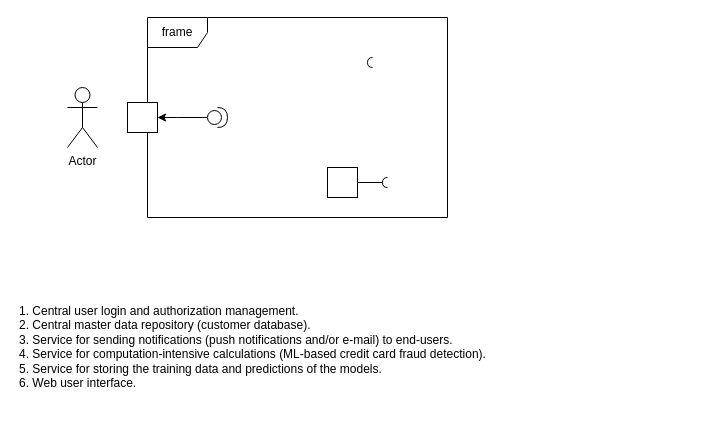
Before: gifs/Untitled Diagram.drawio in midani-47/midani-47, a draw.io diagram. Source tidied: cells renumbered, new cells numbered last; positions are measured from the earlier drawing's top-left corner, leaving out a move shared by most shapes. Both pictures are drawn from the tidied source at 100%, with x=0, y=0 at pixel (17, 17).
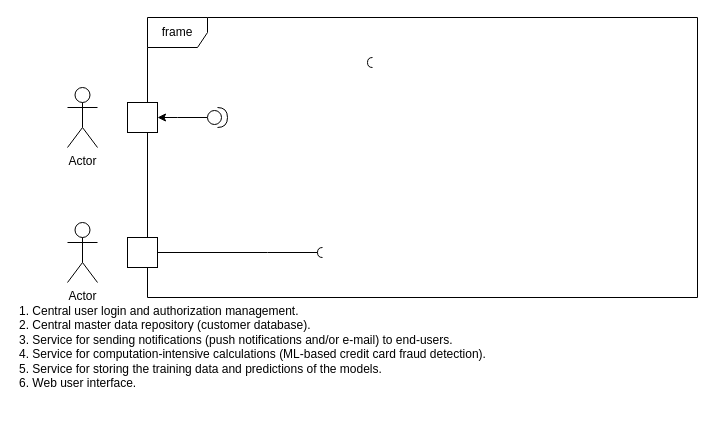
After the change.

The edit, as a diff of the source:
```diff
@@
 <mxGraphModel>
   <root>
     <mxCell id="0" />
     <mxCell id="1" parent="0" />
     <mxCell id="2" value="Actor" style="shape=umlActor;verticalLabelPosition=bottom;verticalAlign=top;html=1;" parent="1" vertex="1">
       <mxGeometry x="50" y="70" width="30" height="60" as="geometry" />
     </mxCell>
     <mxCell id="3" value="1. Central user login and authorization management.&#10;2. Central master data repository (customer database).&#10;3. Service for sending notifications (push notifications and/or e-mail) to end-users.&#10;4. Service for computation-intensive calculations (ML-based credit card fraud detection).&#10;5. Service for storing the training data and predictions of the models.&#10;6. Web user interface." style="text;whiteSpace=wrap;html=1;" parent="1" vertex="1">
       <mxGeometry y="280" width="500" height="110" as="geometry" />
     </mxCell>
     <mxCell id="4" style="edgeStyle=orthogonalEdgeStyle;rounded=0;jettySize=auto;html=1;" parent="1" edge="1" source="5" target="10">
       <mxGeometry relative="1" as="geometry">
         <Array as="points">
           <mxPoint x="160" y="100" />
           <mxPoint x="160" y="100" />
         </Array>
       </mxGeometry>
     </mxCell>
     <mxCell id="5" style="shape=providedRequiredInterface;html=1;verticalLabelPosition=bottom;sketch=0;" parent="1" vertex="1">
       <mxGeometry x="190" y="90" width="20" height="20" as="geometry" />
     </mxCell>
     <mxCell id="6" value="frame" style="shape=umlFrame;whiteSpace=wrap;html=1;" parent="1" vertex="1">
-      <mxGeometry x="130" width="300" height="200" as="geometry" />
+      <mxGeometry x="130" width="550" height="280" as="geometry" />
     </mxCell>
     <mxCell id="7" style="html=1;rounded=0;" parent="1" vertex="1">
-      <mxGeometry x="310" y="150" width="30" height="30" as="geometry" />
+      <mxGeometry x="110" y="220" width="30" height="30" as="geometry" />
     </mxCell>
     <mxCell id="8" style="endArrow=none;html=1;rounded=0;align=center;verticalAlign=top;endFill=0;labelBackgroundColor=none;endSize=2;" parent="1" edge="1" source="7" target="9">
-      <mxGeometry relative="1" as="geometry" />
+      <mxGeometry relative="1" as="geometry">
+        <Array as="points">
+          <mxPoint x="250" y="235" />
+        </Array>
+      </mxGeometry>
     </mxCell>
     <mxCell id="9" style="shape=requiredInterface;html=1;fontSize=11;align=center;fillColor=none;points=[];verticalAlign=bottom;labelPosition=center;verticalLabelPosition=top;flipH=1;" parent="1" vertex="1">
-      <mxGeometry x="365" y="160" width="5" height="10" as="geometry" />
+      <mxGeometry x="300" y="230" width="5" height="10" as="geometry" />
     </mxCell>
     <mxCell id="10" style="html=1;rounded=0;" parent="1" vertex="1">
       <mxGeometry x="110" y="85" width="30" height="30" as="geometry" />
     </mxCell>
     <mxCell id="11" style="shape=requiredInterface;html=1;fontSize=11;align=center;fillColor=none;verticalAlign=bottom;labelPosition=center;verticalLabelPosition=top;flipH=1;" parent="1" vertex="1">
       <mxGeometry x="350" y="40" width="5" height="10" as="geometry" />
     </mxCell>
+    <mxCell id="12" value="Actor" style="shape=umlActor;verticalLabelPosition=bottom;verticalAlign=top;html=1;" parent="1" vertex="1">
+      <mxGeometry x="50" y="205" width="30" height="60" as="geometry" />
+    </mxCell>
   </root>
 </mxGraphModel>
```
